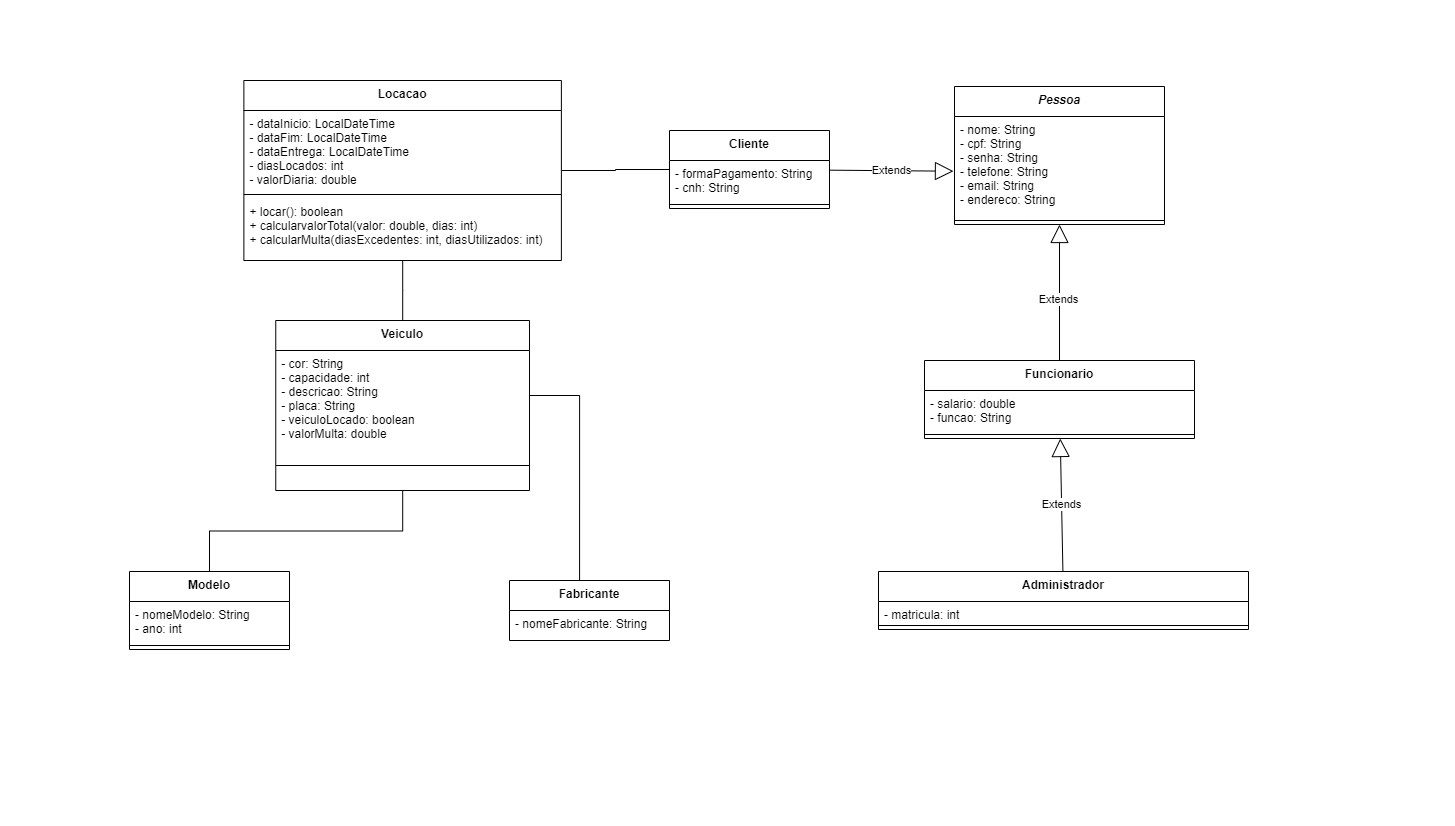
Before: target/classes/com/example/locadora_abvv/Diagrama de Classes de Dominio.png, a diagram exported from draw.io (victor7miguel/Locadora_ABVV). Source tidied: cells renumbered, new cells last; positions are measured from the earlier drawing's top-left corner, leaving out a move shared by most shapes.
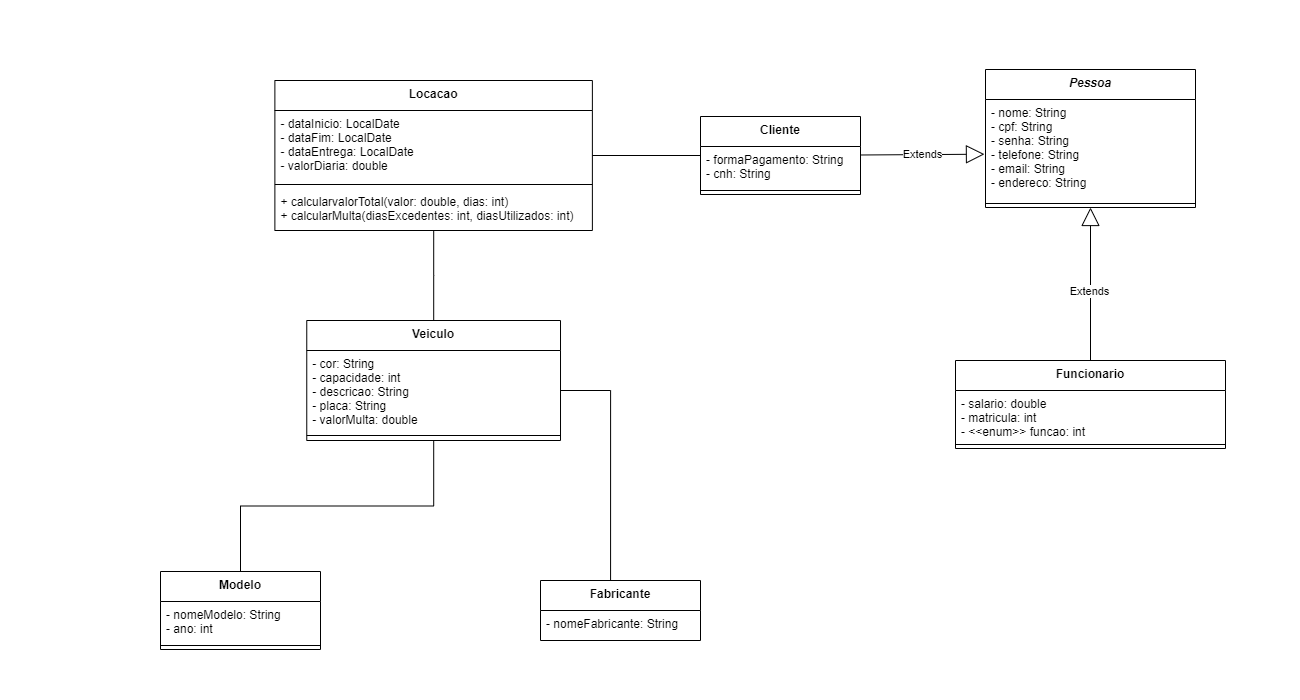
Above is the later version.

What changed in the source:
```diff
@@ -3,16 +3,16 @@
     <mxCell id="0" />
     <mxCell id="1" parent="0" />
     <mxCell id="2" value="Veiculo" style="swimlane;fontStyle=1;align=center;verticalAlign=top;horizontal=1;startSize=30;" parent="1" vertex="1">
-      <mxGeometry x="146.3" y="240" width="253.8" height="170" as="geometry" />
+      <mxGeometry x="146.3" y="240" width="253.8" height="120" as="geometry" />
     </mxCell>
-    <mxCell id="3" value="- cor: String&#10;- capacidade: int&#10;- descricao: String&#10;- placa: String&#10;- veiculoLocado: boolean&#10;- valorMulta: double" style="text;strokeColor=none;fillColor=none;align=left;verticalAlign=top;spacingLeft=4;spacingRight=4;overflow=hidden;points=[[0,0.5],[1,0.5]];portConstraint=eastwest;" parent="2" vertex="1">
-      <mxGeometry y="30" width="253.8" height="90" as="geometry" />
+    <mxCell id="3" value="- cor: String&#10;- capacidade: int&#10;- descricao: String&#10;- placa: String&#10;- valorMulta: double" style="text;strokeColor=none;fillColor=none;align=left;verticalAlign=top;spacingLeft=4;spacingRight=4;overflow=hidden;points=[[0,0.5],[1,0.5]];portConstraint=eastwest;" parent="2" vertex="1">
+      <mxGeometry y="30" width="253.8" height="80" as="geometry" />
     </mxCell>
     <mxCell id="4" style="line;strokeWidth=1;fillColor=none;align=left;verticalAlign=middle;spacingTop=-1;spacingLeft=3;spacingRight=3;labelPosition=right;" parent="2" vertex="1">
-      <mxGeometry y="120" width="253.8" height="50" as="geometry" />
+      <mxGeometry y="110" width="253.8" height="10" as="geometry" />
     </mxCell>
     <mxCell id="5" value="Pessoa" style="swimlane;fontStyle=3;align=center;verticalAlign=top;horizontal=1;startSize=30;" parent="1" vertex="1">
-      <mxGeometry x="825" y="6" width="210" height="138" as="geometry" />
+      <mxGeometry x="825" y="-11" width="210" height="138" as="geometry" />
     </mxCell>
     <mxCell id="6" value="- nome: String&#10;- cpf: String&#10;- senha: String&#10;- telefone: String &#10;- email: String&#10;- endereco: String" style="text;strokeColor=none;fillColor=none;align=left;verticalAlign=top;spacingLeft=4;spacingRight=4;overflow=hidden;points=[[0,0.5],[1,0.5]];portConstraint=eastwest;" parent="5" vertex="1">
       <mxGeometry y="30" width="210" height="100" as="geometry" />
@@ -21,7 +21,7 @@
       <mxGeometry y="130" width="210" height="8" as="geometry" />
     </mxCell>
     <mxCell id="8" value="Cliente" style="swimlane;fontStyle=1;align=center;verticalAlign=top;horizontal=1;startSize=30;" parent="1" vertex="1">
-      <mxGeometry x="540" y="50" width="160" height="78" as="geometry" />
+      <mxGeometry x="540" y="36" width="160" height="78" as="geometry" />
     </mxCell>
     <mxCell id="9" value="- formaPagamento: String&#10;- cnh: String" style="text;strokeColor=none;fillColor=none;align=left;verticalAlign=top;spacingLeft=4;spacingRight=4;overflow=hidden;" parent="8" vertex="1">
       <mxGeometry y="30" width="160" height="40" as="geometry" />
@@ -30,23 +30,14 @@
       <mxGeometry y="70" width="160" height="8" as="geometry" />
     </mxCell>
     <mxCell id="11" value="Funcionario" style="swimlane;fontStyle=1;align=center;verticalAlign=top;horizontal=1;startSize=30;" parent="1" vertex="1">
-      <mxGeometry x="795" y="280" width="270" height="78" as="geometry" />
+      <mxGeometry x="795" y="280" width="270" height="88" as="geometry" />
     </mxCell>
-    <mxCell id="12" value="- salario: double&#10;- funcao: String" style="text;strokeColor=none;fillColor=none;align=left;verticalAlign=top;spacingLeft=4;spacingRight=4;overflow=hidden;" parent="11" vertex="1">
-      <mxGeometry y="30" width="270" height="40" as="geometry" />
+    <mxCell id="12" value="- salario: double&#10;- matricula: int&#10;- &lt;&lt;enum&gt;&gt; funcao: int" style="text;strokeColor=none;fillColor=none;align=left;verticalAlign=top;spacingLeft=4;spacingRight=4;overflow=hidden;" parent="11" vertex="1">
+      <mxGeometry y="30" width="270" height="50" as="geometry" />
     </mxCell>
     <mxCell id="13" style="line;strokeWidth=1;fillColor=none;align=left;verticalAlign=middle;spacingTop=-1;spacingLeft=3;spacingRight=3;labelPosition=right;" parent="11" vertex="1">
-      <mxGeometry y="70" width="270" height="8" as="geometry" />
+      <mxGeometry y="80" width="270" height="8" as="geometry" />
     </mxCell>
-    <mxCell id="14" value="Administrador" style="swimlane;fontStyle=1;align=center;verticalAlign=top;horizontal=1;startSize=30;" parent="1" vertex="1">
-      <mxGeometry x="749" y="491" width="370" height="58" as="geometry" />
-    </mxCell>
-    <mxCell id="15" value="- matricula: int" style="text;strokeColor=none;fillColor=none;align=left;verticalAlign=top;spacingLeft=4;spacingRight=4;overflow=hidden;" parent="14" vertex="1">
-      <mxGeometry y="30" width="370" height="20" as="geometry" />
-    </mxCell>
-    <mxCell id="16" style="line;strokeWidth=1;fillColor=none;align=left;verticalAlign=middle;spacingTop=-1;spacingLeft=3;spacingRight=3;labelPosition=right;" parent="14" vertex="1">
-      <mxGeometry y="50" width="370" height="8" as="geometry" />
-    </mxCell>
     <mxCell id="17" value="Extends" style="endArrow=block;endSize=16;endFill=0;html=1;rounded=0;" parent="1" edge="1" source="11" target="5">
       <mxGeometry x="-0.1" y="1" relative="1" as="geometry" />
     </mxCell>
@@ -54,16 +45,16 @@
       <mxGeometry relative="1" as="geometry" />
     </mxCell>
     <mxCell id="19" value="Locacao" style="swimlane;fontStyle=1;align=center;verticalAlign=top;horizontal=1;startSize=30;" parent="1" vertex="1">
-      <mxGeometry x="114.4" width="317.5" height="180" as="geometry" />
+      <mxGeometry x="114.4" width="317.5" height="150" as="geometry" />
     </mxCell>
-    <mxCell id="20" value="- dataInicio: LocalDateTime&#10;- dataFim: LocalDateTime&#10;- dataEntrega: LocalDateTime&#10;- diasLocados: int&#10;- valorDiaria: double&#10;" style="text;strokeColor=none;fillColor=none;align=left;verticalAlign=top;spacingLeft=4;spacingRight=4;overflow=hidden;" parent="19" vertex="1">
-      <mxGeometry y="30" width="317.5" height="80" as="geometry" />
+    <mxCell id="20" value="- dataInicio: LocalDate&#10;- dataFim: LocalDate&#10;- dataEntrega: LocalDate&#10;- valorDiaria: double&#10;" style="text;strokeColor=none;fillColor=none;align=left;verticalAlign=top;spacingLeft=4;spacingRight=4;overflow=hidden;" parent="19" vertex="1">
+      <mxGeometry y="30" width="317.5" height="70" as="geometry" />
     </mxCell>
     <mxCell id="21" style="line;strokeWidth=1;fillColor=none;align=left;verticalAlign=middle;spacingTop=-1;spacingLeft=3;spacingRight=3;labelPosition=right;" parent="19" vertex="1">
-      <mxGeometry y="110" width="317.5" height="8" as="geometry" />
+      <mxGeometry y="100" width="317.5" height="8" as="geometry" />
     </mxCell>
-    <mxCell id="22" value="+ locar(): boolean&#10;+ calcularvalorTotal(valor: double, dias: int)&#10;+ calcularMulta(diasExcedentes: int, diasUtilizados: int)" style="text;strokeColor=none;fillColor=none;align=left;verticalAlign=top;spacingLeft=4;spacingRight=4;overflow=hidden;" parent="19" vertex="1">
-      <mxGeometry y="118" width="317.5" height="62" as="geometry" />
+    <mxCell id="22" value="+ calcularvalorTotal(valor: double, dias: int)&#10;+ calcularMulta(diasExcedentes: int, diasUtilizados: int)" style="text;strokeColor=none;fillColor=none;align=left;verticalAlign=top;spacingLeft=4;spacingRight=4;overflow=hidden;" parent="19" vertex="1">
+      <mxGeometry y="108" width="317.5" height="42" as="geometry" />
     </mxCell>
     <mxCell id="23" value="Modelo" style="swimlane;fontStyle=1;align=center;verticalAlign=top;horizontal=1;startSize=30;" parent="1" vertex="1">
       <mxGeometry y="491" width="160" height="78" as="geometry" />
@@ -80,9 +71,6 @@
     <mxCell id="27" value="- nomeFabricante: String" style="text;strokeColor=none;fillColor=none;align=left;verticalAlign=top;spacingLeft=4;spacingRight=4;overflow=hidden;" parent="26" vertex="1">
       <mxGeometry y="30" width="160" height="30" as="geometry" />
     </mxCell>
-    <mxCell id="28" value="Extends" style="endArrow=block;endSize=16;endFill=0;html=1;rounded=0;" parent="1" edge="1" source="14" target="11">
-      <mxGeometry relative="1" as="geometry" />
-    </mxCell>
     <mxCell id="29" style="endArrow=none;html=1;edgeStyle=orthogonalEdgeStyle;rounded=0;entryX=0.438;entryY=0;entryDx=0;entryDy=0;entryPerimeter=0;" parent="1" edge="1" source="3" target="26">
       <mxGeometry relative="1" as="geometry" />
     </mxCell>
```
